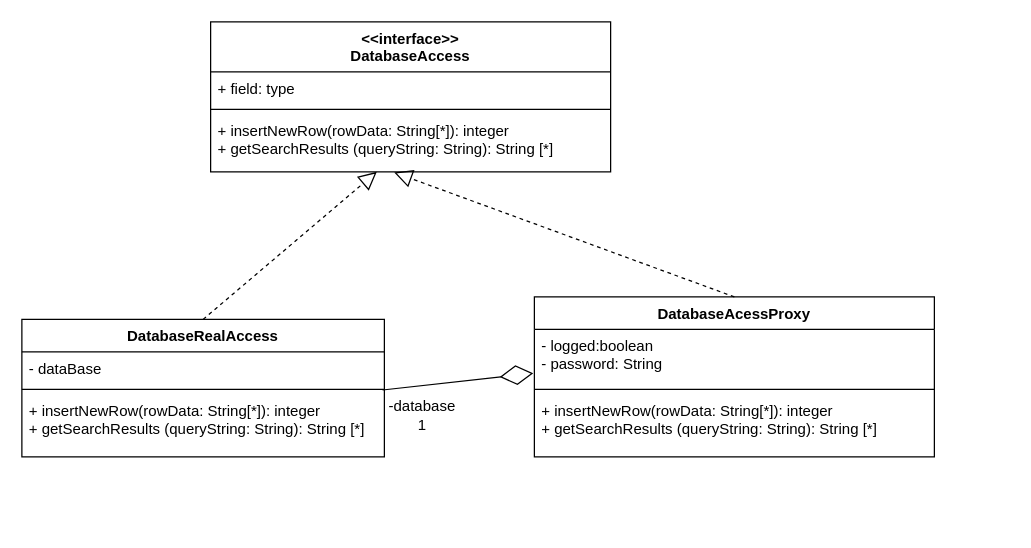
Before: ejercicio1TP4.drawio in ssofiaavila/OO2--Informatica-UNLP, a draw.io diagram. Source tidied: cells renumbered, new cells numbered last; positions are measured from the earlier drawing's top-left corner, leaving out a move shared by most shapes. Both pictures are drawn from the tidied source at 125%, with x=0, y=0 at pixel (21, 21).
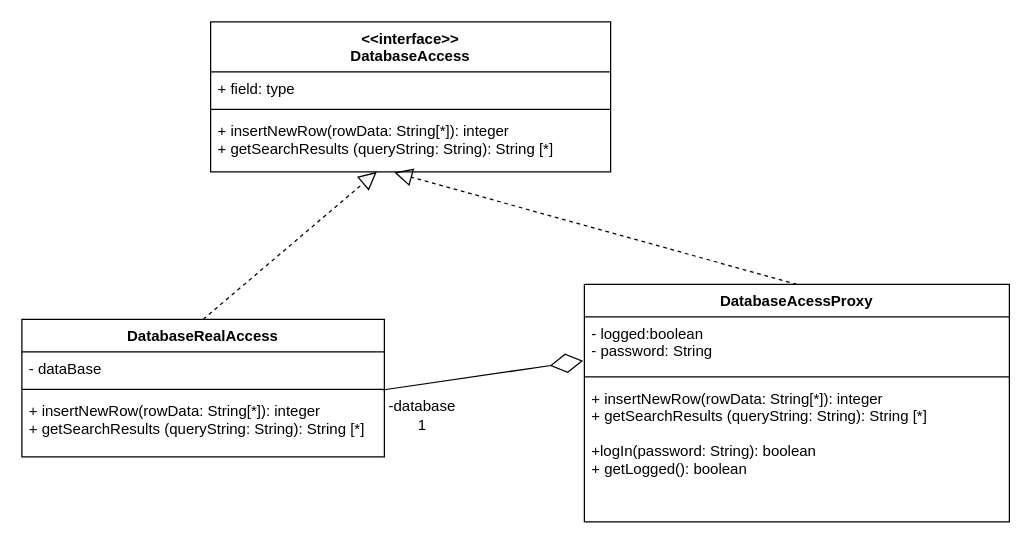
After the change.

The edit, as a diff of the source:
```diff
@@
 <mxGraphModel>
   <root>
     <mxCell id="0" />
     <mxCell id="1" parent="0" />
     <mxCell id="2" value="&lt;&lt;interface&gt;&gt;&#10;DatabaseAccess" style="swimlane;fontStyle=1;align=center;verticalAlign=top;horizontal=1;startSize=40;" parent="1" vertex="1">
       <mxGeometry x="151" width="320" height="120" as="geometry" />
     </mxCell>
     <mxCell id="3" value="+ field: type" style="text;strokeColor=none;fillColor=none;align=left;verticalAlign=top;spacingLeft=4;spacingRight=4;overflow=hidden;" parent="2" vertex="1">
       <mxGeometry y="40" width="320" height="26" as="geometry" />
     </mxCell>
     <mxCell id="4" style="line;strokeWidth=1;fillColor=none;align=left;verticalAlign=middle;spacingTop=-1;spacingLeft=3;spacingRight=3;labelPosition=right;" parent="2" vertex="1">
       <mxGeometry y="66" width="320" height="8" as="geometry" />
     </mxCell>
     <mxCell id="5" value="+ insertNewRow(rowData: String[*]): integer&#10;+ getSearchResults (queryString: String): String [*]&#10;" style="text;strokeColor=none;fillColor=none;align=left;verticalAlign=top;spacingLeft=4;spacingRight=4;overflow=hidden;points=[[0,0.5],[1,0.5]];portConstraint=eastwest;" parent="2" vertex="1">
       <mxGeometry y="74" width="320" height="46" as="geometry" />
     </mxCell>
     <mxCell id="6" value="DatabaseRealAccess" style="swimlane;fontStyle=1;align=center;verticalAlign=top;horizontal=1;startSize=26;" parent="1" vertex="1">
       <mxGeometry y="238" width="290" height="110" as="geometry" />
     </mxCell>
     <mxCell id="7" value="- dataBase" style="text;strokeColor=none;fillColor=none;align=left;verticalAlign=top;spacingLeft=4;spacingRight=4;overflow=hidden;" parent="6" vertex="1">
       <mxGeometry y="26" width="290" height="26" as="geometry" />
     </mxCell>
     <mxCell id="8" style="line;strokeWidth=1;fillColor=none;align=left;verticalAlign=middle;spacingTop=-1;spacingLeft=3;spacingRight=3;labelPosition=right;" parent="6" vertex="1">
       <mxGeometry y="52" width="290" height="8" as="geometry" />
     </mxCell>
     <mxCell id="9" value="+ insertNewRow(rowData: String[*]): integer&#10;+ getSearchResults (queryString: String): String [*]&#10;" style="text;strokeColor=none;fillColor=none;align=left;verticalAlign=top;spacingLeft=4;spacingRight=4;overflow=hidden;points=[[0,0.5],[1,0.5]];portConstraint=eastwest;" parent="6" vertex="1">
       <mxGeometry y="60" width="290" height="50" as="geometry" />
     </mxCell>
     <mxCell id="10" style="endArrow=block;dashed=1;endFill=0;endSize=12;html=1;rounded=0;exitX=0.5;exitY=0;exitDx=0;exitDy=0;" parent="1" edge="1" source="6" target="5">
       <mxGeometry relative="1" as="geometry" />
     </mxCell>
     <mxCell id="11" value="DatabaseAcessProxy" style="swimlane;fontStyle=1;align=center;verticalAlign=top;horizontal=1;startSize=26;" parent="1" vertex="1">
-      <mxGeometry x="410" y="220" width="320" height="128" as="geometry" />
+      <mxGeometry x="450" y="210" width="340" height="190" as="geometry" />
     </mxCell>
     <mxCell id="12" value="- logged:boolean&#10;- password: String" style="text;strokeColor=none;fillColor=none;align=left;verticalAlign=top;spacingLeft=4;spacingRight=4;overflow=hidden;points=[[0,0.5],[1,0.5]];portConstraint=eastwest;" parent="11" vertex="1">
-      <mxGeometry y="26" width="320" height="44" as="geometry" />
+      <mxGeometry y="26" width="340" height="44" as="geometry" />
     </mxCell>
     <mxCell id="13" style="line;strokeWidth=1;fillColor=none;align=left;verticalAlign=middle;spacingTop=-1;spacingLeft=3;spacingRight=3;labelPosition=right;" parent="11" vertex="1">
-      <mxGeometry y="70" width="320" height="8" as="geometry" />
+      <mxGeometry y="70" width="340" height="8" as="geometry" />
     </mxCell>
-    <mxCell id="14" value="+ insertNewRow(rowData: String[*]): integer&#10;+ getSearchResults (queryString: String): String [*]&#10;" style="text;strokeColor=none;fillColor=none;align=left;verticalAlign=top;spacingLeft=4;spacingRight=4;overflow=hidden;" parent="11" vertex="1">
-      <mxGeometry y="78" width="320" height="50" as="geometry" />
+    <mxCell id="14" value="+ insertNewRow(rowData: String[*]): integer&#10;+ getSearchResults (queryString: String): String [*]&#10;&#10;+logIn(password: String): boolean&#10;+ getLogged(): boolean" style="text;strokeColor=none;fillColor=none;align=left;verticalAlign=top;spacingLeft=4;spacingRight=4;overflow=hidden;" parent="11" vertex="1">
+      <mxGeometry y="78" width="340" height="112" as="geometry" />
     </mxCell>
     <mxCell id="15" style="endArrow=block;dashed=1;endFill=0;endSize=12;html=1;rounded=0;exitX=0.5;exitY=0;exitDx=0;exitDy=0;entryX=0.459;entryY=1.009;entryDx=0;entryDy=0;entryPerimeter=0;" parent="1" edge="1" source="11" target="5">
       <mxGeometry relative="1" as="geometry" />
     </mxCell>
     <mxCell id="16" style="endArrow=diamondThin;endFill=0;endSize=24;html=1;rounded=0;entryX=-0.003;entryY=0.799;entryDx=0;entryDy=0;entryPerimeter=0;exitX=0.995;exitY=-0.07;exitDx=0;exitDy=0;exitPerimeter=0;" parent="1" edge="1" source="9" target="12">
       <mxGeometry relative="1" as="geometry" />
     </mxCell>
     <mxCell id="17" value="-database&lt;br&gt;1" style="text;html=1;align=center;verticalAlign=middle;strokeColor=none;fillColor=none;" parent="1" vertex="1">
       <mxGeometry x="285" y="300" width="70" height="30" as="geometry" />
     </mxCell>
   </root>
 </mxGraphModel>
```
